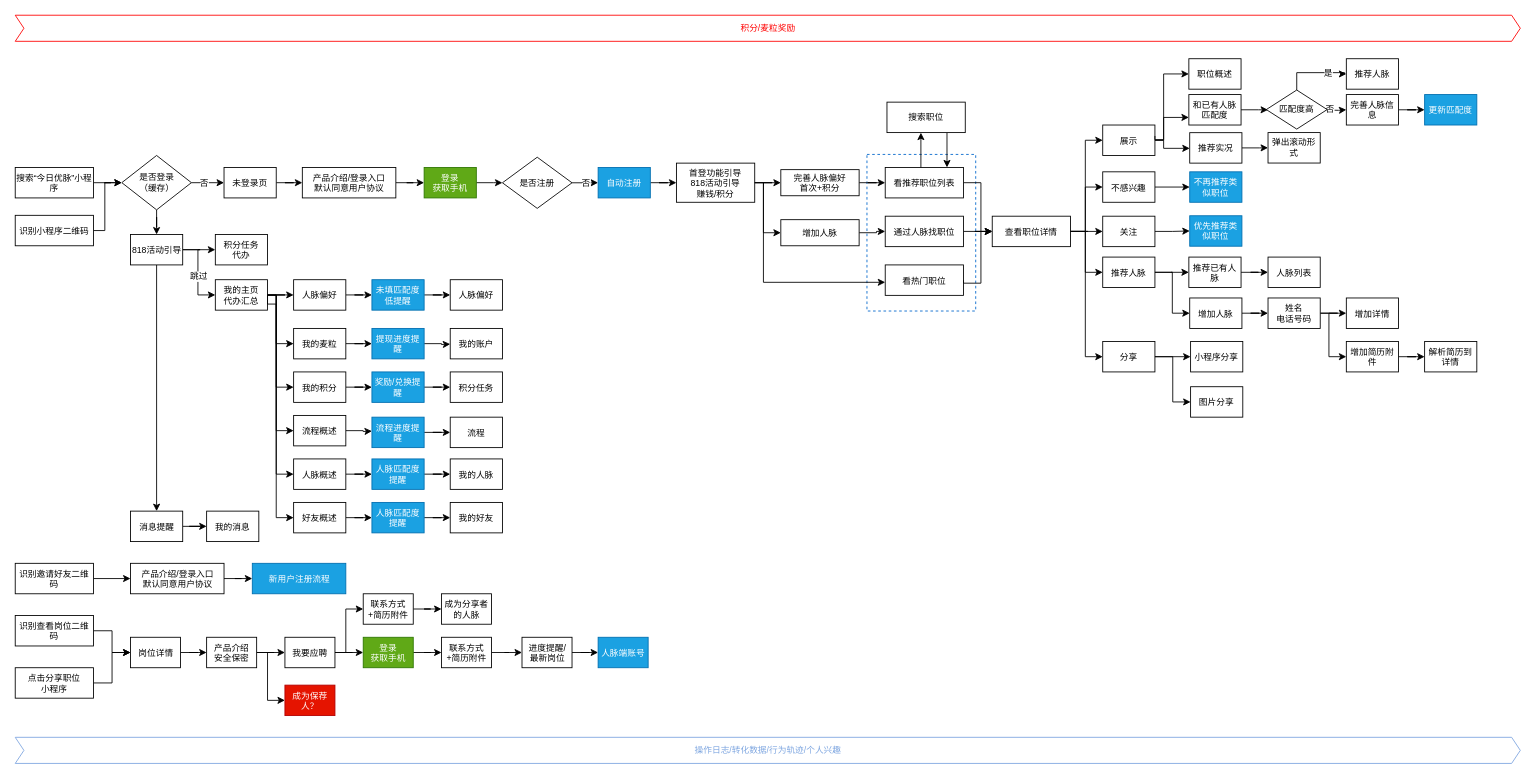
The draw.io diagram page "今日优脉小程序产品流程" (12 of 12) of 今日优脉.drawio in layken/jinrirencai, before the edit. Source tidied: cells renumbered, new cells numbered last; positions are measured from the earlier drawing's top-left corner, leaving out a move shared by most shapes. Both pictures are drawn from the tidied source at 87%, with x=0, y=0 at pixel (15, 15).
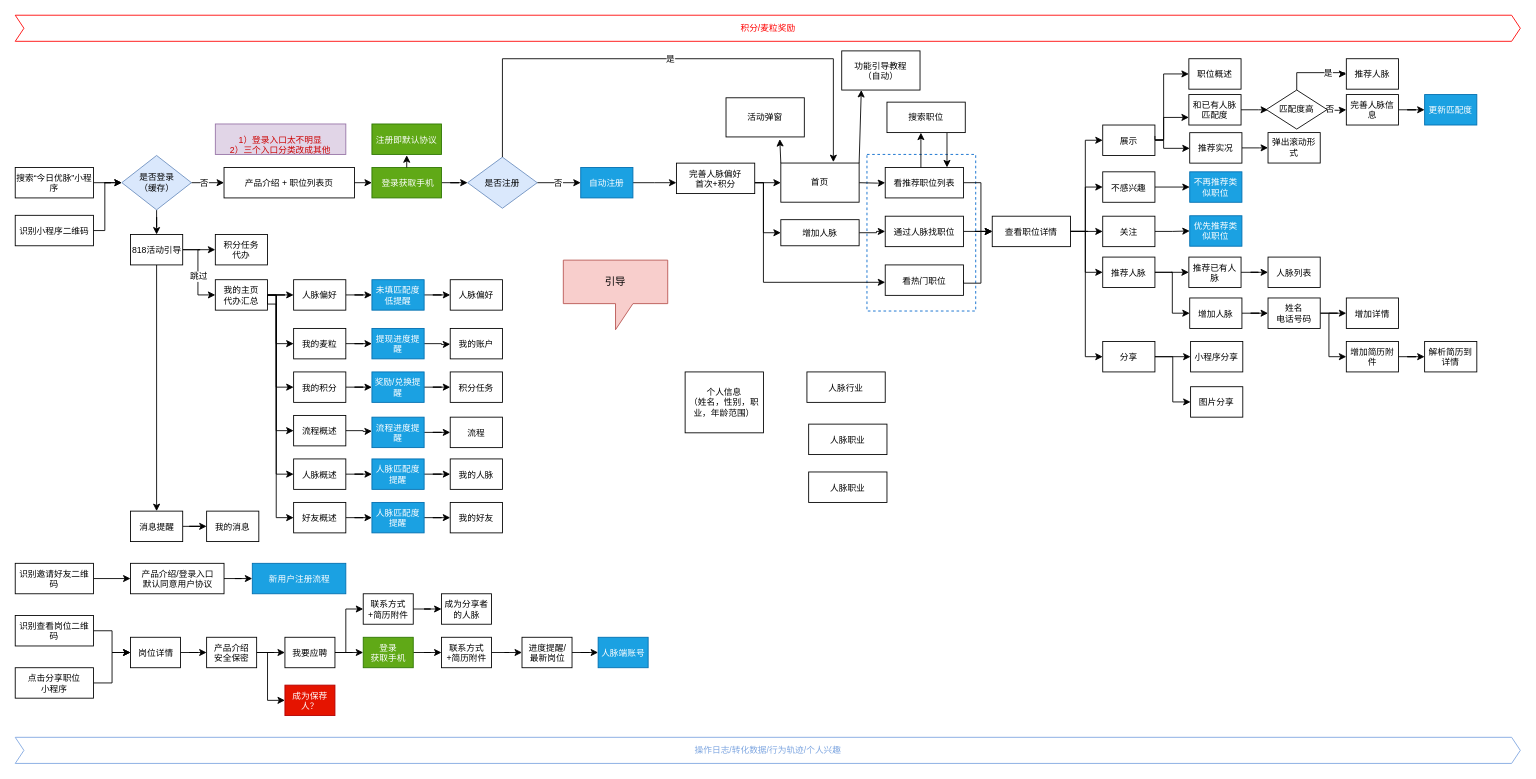
After the change.

Unchanged cells that the change refers to:
```xml
<mxCell id="7" value="看推荐职位列表" style="rounded=0;whiteSpace=wrap;html=1;fontSize=10;align=center;" parent="1" vertex="1">
  <mxGeometry x="1000" y="175" width="90" height="35" as="geometry" />
</mxCell>
<mxCell id="38" value="增加人脉" style="rounded=0;whiteSpace=wrap;html=1;fontSize=10;align=center;" parent="1" vertex="1">
  <mxGeometry x="880" y="235" width="90" height="30" as="geometry" />
</mxCell>
<mxCell id="47" value="看热门职位" style="rounded=0;whiteSpace=wrap;html=1;fontSize=10;align=center;" parent="1" vertex="1">
  <mxGeometry x="1000" y="287" width="90" height="35" as="geometry" />
</mxCell>
```

The edit, as a diff of the source:
```diff
@@
-    <mxCell id="4" value="登录&lt;br&gt;获取手机" style="rounded=0;whiteSpace=wrap;html=1;fontSize=10;align=center;fillColor=#60a917;strokeColor=#2D7600;fontColor=#ffffff;" parent="1" vertex="1">
-      <mxGeometry x="470" y="175" width="60" height="35" as="geometry" />
+    <mxCell id="4" value="&amp;nbsp;登录获取手机" style="rounded=0;whiteSpace=wrap;html=1;fontSize=10;align=center;fillColor=#60a917;strokeColor=#2D7600;fontColor=#ffffff;" parent="1" vertex="1">
+      <mxGeometry x="410" y="175" width="80" height="35" as="geometry" />
     </mxCell>
@@
-    <mxCell id="23" value="是否登录&lt;br&gt;（缓存）" style="rhombus;whiteSpace=wrap;html=1;fontSize=10;align=center;" parent="1" vertex="1">
+    <mxCell id="23" value="是否登录&lt;br&gt;（缓存）" style="rhombus;whiteSpace=wrap;html=1;fontSize=10;align=center;fillColor=#dae8fc;strokeColor=#6c8ebf;" parent="1" vertex="1">
       <mxGeometry x="122.5" y="161.2" width="80" height="62.5" as="geometry" />
     </mxCell>
@@
-    <mxCell id="26" value="是否注册" style="rhombus;whiteSpace=wrap;html=1;fontSize=10;align=center;" parent="1" vertex="1">
-      <mxGeometry x="560" y="163.2" width="80" height="58.8" as="geometry" />
+    <mxCell id="26" value="是否注册" style="rhombus;whiteSpace=wrap;html=1;fontSize=10;align=center;fillColor=#dae8fc;strokeColor=#6c8ebf;" parent="1" vertex="1">
+      <mxGeometry x="520" y="163.1" width="80" height="58.8" as="geometry" />
     </mxCell>
-    <mxCell id="27" style="edgeStyle=orthogonalEdgeStyle;rounded=0;jettySize=auto;html=1;fontSize=10;" parent="1" edge="1" source="28" target="30">
-      <mxGeometry relative="1" as="geometry" />
-    </mxCell>
-    <mxCell id="28" value="未登录页" style="rounded=0;whiteSpace=wrap;html=1;fontSize=10;align=center;" parent="1" vertex="1">
-      <mxGeometry x="240" y="175" width="60" height="35" as="geometry" />
+    <mxCell id="28" value="产品介绍 + 职位列表页" style="rounded=0;whiteSpace=wrap;html=1;fontSize=10;align=center;" parent="1" vertex="1">
+      <mxGeometry x="240" y="175" width="150" height="35" as="geometry" />
     </mxCell>
-    <mxCell id="29" style="edgeStyle=orthogonalEdgeStyle;rounded=0;jettySize=auto;html=1;fontSize=10;" parent="1" edge="1" source="30" target="4">
-      <mxGeometry relative="1" as="geometry" />
-    </mxCell>
-    <mxCell id="30" value="产品介绍/登录入口&lt;br&gt;默认同意用户协议" style="rounded=0;whiteSpace=wrap;html=1;fontSize=10;align=center;" parent="1" vertex="1">
-      <mxGeometry x="330" y="175" width="107.5" height="35" as="geometry" />
+    <mxCell id="30" value="&lt;br&gt;&lt;font color=&quot;#cc0000&quot;&gt;1）登录入口太不明显&lt;br&gt;2）三个入口分类改成其他&lt;br&gt;&lt;/font&gt;" style="rounded=0;whiteSpace=wrap;html=1;fontSize=10;align=center;fillColor=#e1d5e7;strokeColor=#9673a6;" parent="1" vertex="1">
+      <mxGeometry x="230" y="125" width="150" height="35" as="geometry" />
     </mxCell>
-    <mxCell id="31" style="edgeStyle=orthogonalEdgeStyle;rounded=0;jettySize=auto;html=1;fontSize=10;entryX=0;entryY=0.5;entryDx=0;entryDy=0;" parent="1" edge="1" source="32" target="36">
-      <mxGeometry relative="1" as="geometry" />
+    <mxCell id="31" style="edgeStyle=orthogonalEdgeStyle;rounded=0;jettySize=auto;html=1;fontSize=10;entryX=0;entryY=0.5;entryDx=0;entryDy=0;" parent="1" edge="1" source="32">
+      <mxGeometry relative="1" as="geometry">
+        <mxPoint x="760" y="192.5" as="targetPoint" />
+      </mxGeometry>
     </mxCell>
     <mxCell id="32" value="自动注册" style="rounded=0;whiteSpace=wrap;html=1;fontSize=10;align=center;fillColor=#1ba1e2;strokeColor=#006EAF;fontColor=#ffffff;" parent="1" vertex="1">
-      <mxGeometry x="670" y="175" width="60" height="35" as="geometry" />
+      <mxGeometry x="650" y="175" width="60" height="35" as="geometry" />
     </mxCell>
-    <mxCell id="33" style="edgeStyle=orthogonalEdgeStyle;rounded=0;jettySize=auto;html=1;fontSize=10;" parent="1" edge="1" source="34" target="7">
-      <mxGeometry relative="1" as="geometry" />
+    <mxCell id="33" style="edgeStyle=orthogonalEdgeStyle;rounded=0;jettySize=auto;html=1;fontSize=10;" parent="1" edge="1" target="7">
+      <mxGeometry relative="1" as="geometry">
+        <mxPoint x="970" y="192.5" as="sourcePoint" />
+      </mxGeometry>
     </mxCell>
-    <mxCell id="34" value="完善人脉偏好&lt;br&gt;首次+积分" style="rounded=0;whiteSpace=wrap;html=1;fontSize=10;align=center;" parent="1" vertex="1">
-      <mxGeometry x="880" y="177.5" width="90" height="30" as="geometry" />
-    </mxCell>
-    <mxCell id="35" style="edgeStyle=orthogonalEdgeStyle;rounded=0;jettySize=auto;html=1;fontSize=10;" parent="1" edge="1" source="36" target="34">
-      <mxGeometry relative="1" as="geometry" />
+    <mxCell id="35" style="edgeStyle=orthogonalEdgeStyle;rounded=0;orthogonalLoop=1;jettySize=auto;html=1;fontSize=10;" parent="1" edge="1">
+      <mxGeometry relative="1" as="geometry">
+        <mxPoint x="850" y="192.5" as="sourcePoint" />
+        <mxPoint x="880" y="192.5" as="targetPoint" />
+      </mxGeometry>
     </mxCell>
-    <mxCell id="36" value="首登功能引导&lt;br&gt;818活动引导&lt;br&gt;赚钱/积分" style="rounded=0;whiteSpace=wrap;html=1;fontSize=10;align=center;" parent="1" vertex="1">
-      <mxGeometry x="760" y="170" width="90" height="45" as="geometry" />
-    </mxCell>
@@
-    <mxCell id="39" style="rounded=0;jettySize=auto;html=1;fontSize=10;entryX=0;entryY=0.5;entryDx=0;entryDy=0;edgeStyle=orthogonalEdgeStyle;exitX=1;exitY=0.5;exitDx=0;exitDy=0;" parent="1" edge="1" source="36" target="38">
+    <mxCell id="39" style="rounded=0;jettySize=auto;html=1;fontSize=10;entryX=0;entryY=0.5;entryDx=0;entryDy=0;edgeStyle=orthogonalEdgeStyle;exitX=1;exitY=0.5;exitDx=0;exitDy=0;" parent="1" edge="1" target="38">
       <mxGeometry relative="1" as="geometry">
+        <mxPoint x="850" y="192.5" as="sourcePoint" />
         <Array as="points">
           <mxPoint x="860" y="193" />
           <mxPoint x="860" y="250" />
         </Array>
       </mxGeometry>
     </mxCell>
@@
-    <mxCell id="46" style="rounded=0;jettySize=auto;html=1;fontSize=10;edgeStyle=orthogonalEdgeStyle;exitX=1;exitY=0.5;exitDx=0;exitDy=0;entryX=0;entryY=0.571;entryDx=0;entryDy=0;entryPerimeter=0;" parent="1" edge="1" source="36" target="47">
+    <mxCell id="46" style="rounded=0;jettySize=auto;html=1;fontSize=10;edgeStyle=orthogonalEdgeStyle;exitX=1;exitY=0.5;exitDx=0;exitDy=0;entryX=0;entryY=0.571;entryDx=0;entryDy=0;entryPerimeter=0;" parent="1" edge="1" target="47">
       <mxGeometry relative="1" as="geometry">
+        <mxPoint x="850" y="192.5" as="sourcePoint" />
         <Array as="points">
           <mxPoint x="860" y="193" />
           <mxPoint x="860" y="307" />
         </Array>
       </mxGeometry>
     </mxCell>
@@
+    <mxCell id="166" style="endArrow=classic;html=1;exitX=1;exitY=0.5;exitDx=0;exitDy=0;entryX=0;entryY=0.5;entryDx=0;entryDy=0;" parent="1" edge="1" source="28" target="4">
+      <mxGeometry relative="1" as="geometry" />
+    </mxCell>
+    <mxCell id="167" value="引导" style="shape=callout;whiteSpace=wrap;html=1;perimeter=calloutPerimeter;strokeColor=#b85450;fillColor=#f8cecc;" parent="1" vertex="1">
+      <mxGeometry x="630" y="281.5" width="120" height="80" as="geometry" />
+    </mxCell>
+    <mxCell id="168" value="注册即默认协议" style="rounded=0;whiteSpace=wrap;html=1;fontSize=10;align=center;fillColor=#60a917;strokeColor=#2D7600;fontColor=#ffffff;" parent="1" vertex="1">
+      <mxGeometry x="410" y="125" width="80" height="35" as="geometry" />
+    </mxCell>
+    <mxCell id="169" style="endArrow=classic;html=1;exitX=0.5;exitY=0;exitDx=0;exitDy=0;" parent="1" edge="1" source="4">
+      <mxGeometry relative="1" as="geometry">
+        <mxPoint x="450" y="161" as="targetPoint" />
+      </mxGeometry>
+    </mxCell>
+    <mxCell id="170" value="功能引导教程&lt;br&gt;（自动）" style="rounded=0;whiteSpace=wrap;html=1;fontSize=10;align=center;" parent="1" vertex="1">
+      <mxGeometry x="950" y="41" width="90" height="45" as="geometry" />
+    </mxCell>
+    <mxCell id="171" value="活动弹窗" style="rounded=0;whiteSpace=wrap;html=1;fontSize=10;align=center;" parent="1" vertex="1">
+      <mxGeometry x="817" y="94.9" width="90" height="45" as="geometry" />
+    </mxCell>
+    <mxCell id="172" style="endArrow=classic;html=1;exitX=0;exitY=0;exitDx=0;exitDy=0;entryX=0.687;entryY=1.056;entryDx=0;entryDy=0;entryPerimeter=0;" parent="1" edge="1" source="173" target="171">
+      <mxGeometry relative="1" as="geometry" />
+    </mxCell>
+    <mxCell id="34" value="完善人脉偏好&lt;br&gt;首次+积分" style="rounded=0;whiteSpace=wrap;html=1;fontSize=10;align=center;" parent="1" vertex="1">
+      <mxGeometry x="760" y="170" width="90" height="35" as="geometry" />
+    </mxCell>
+    <mxCell id="173" value="首页" style="rounded=0;whiteSpace=wrap;html=1;fontSize=10;align=center;" parent="1" vertex="1">
+      <mxGeometry x="880" y="169.9" width="90" height="45" as="geometry" />
+    </mxCell>
+    <mxCell id="174" value="是" style="edgeStyle=orthogonalEdgeStyle;rounded=0;jettySize=auto;html=1;fontSize=10;exitX=0.5;exitY=0;exitDx=0;exitDy=0;entryX=0.671;entryY=-0.024;entryDx=0;entryDy=0;entryPerimeter=0;" parent="1" edge="1" source="26" target="173">
+      <mxGeometry relative="1" as="geometry">
+        <Array as="points">
+          <mxPoint x="560" y="50" />
+          <mxPoint x="940" y="50" />
+        </Array>
+      </mxGeometry>
+    </mxCell>
+    <mxCell id="175" style="endArrow=classic;html=1;exitX=1;exitY=0;exitDx=0;exitDy=0;entryX=0.25;entryY=1;entryDx=0;entryDy=0;" parent="1" edge="1" source="173" target="170">
+      <mxGeometry relative="1" as="geometry" />
+    </mxCell>
+    <mxCell id="176" value="人脉行业" style="rounded=0;whiteSpace=wrap;html=1;fontSize=10;align=center;" parent="1" vertex="1">
+      <mxGeometry x="910" y="410" width="90" height="35" as="geometry" />
+    </mxCell>
+    <mxCell id="177" value="人脉职业" style="rounded=0;whiteSpace=wrap;html=1;fontSize=10;align=center;" parent="1" vertex="1">
+      <mxGeometry x="912" y="470" width="90" height="35" as="geometry" />
+    </mxCell>
+    <mxCell id="178" value="人脉职业" style="rounded=0;whiteSpace=wrap;html=1;fontSize=10;align=center;" parent="1" vertex="1">
+      <mxGeometry x="912" y="525" width="90" height="35" as="geometry" />
+    </mxCell>
+    <mxCell id="179" value="个人信息&lt;br&gt;（姓名，性别，职业，年龄范围）" style="rounded=0;whiteSpace=wrap;html=1;fontSize=10;align=center;" parent="1" vertex="1">
+      <mxGeometry x="770" y="410" width="90" height="70" as="geometry" />
+    </mxCell>
```
